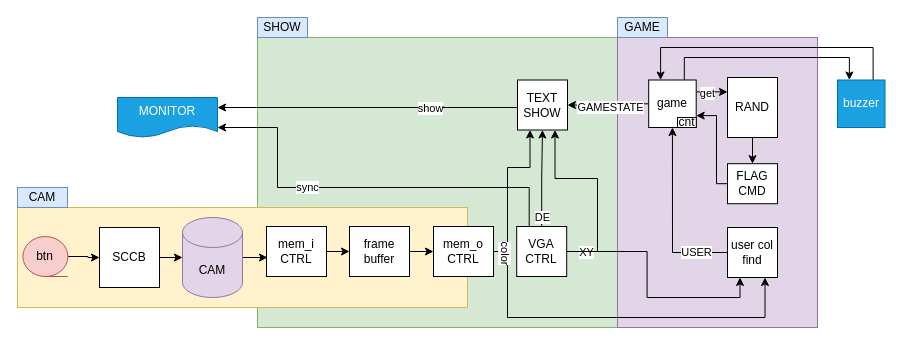
Before: page "Project design" (1 of 4) of doc/SystenArchitecture.drawio in cong2738/FlagGame, a draw.io diagram. Source tidied: cells renumbered, new cells numbered last; positions are measured from the earlier drawing's top-left corner, leaving out a move shared by most shapes. Both pictures are drawn from the tidied source at 100%, with x=0, y=0 at pixel (17, 17).
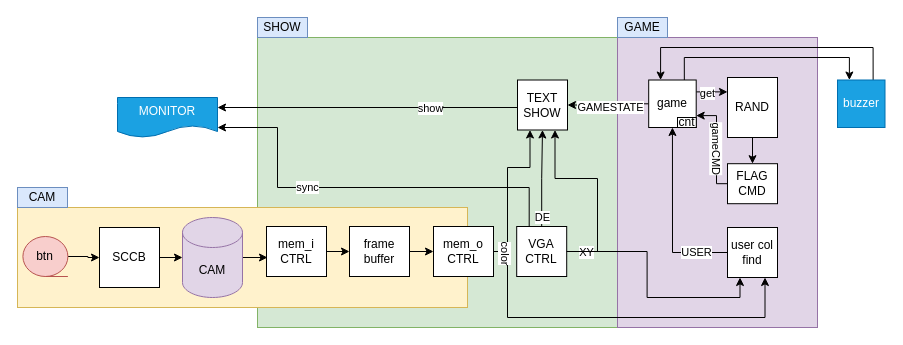
The same page after the edit.

Unchanged cells that the change refers to:
```xml
<mxCell id="18" style="edgeStyle=orthogonalEdgeStyle;rounded=0;jettySize=auto;html=1;entryX=1;entryY=0.75;entryDx=0;entryDy=0;" parent="1" edge="1" source="19" target="36">
  <mxGeometry relative="1" as="geometry">
    <Array as="points">
      <mxPoint x="699" y="166" />
      <mxPoint x="699" y="98" />
    </Array>
  </mxGeometry>
</mxCell>
```

What changed in the source:
```diff
@@
+    <mxCell id="51" value="gameCMD" style="edgeLabel;html=1;align=center;verticalAlign=middle;rotation=90;" parent="18" vertex="1">
+      <mxGeometry x="-0.18" relative="1" as="geometry">
+        <mxPoint x="1" y="-6" as="offset" />
+      </mxGeometry>
+    </mxCell>
```
